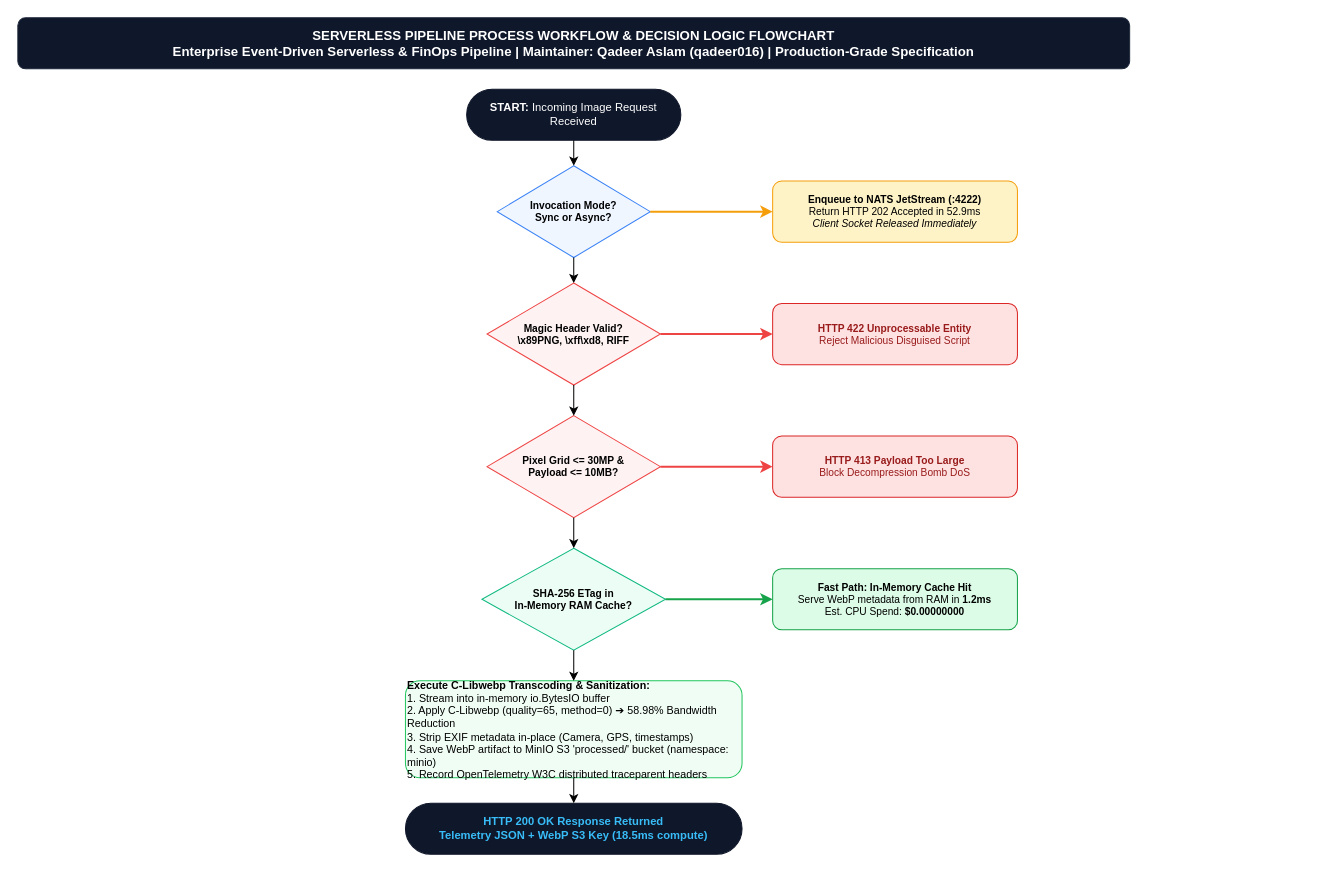
Before: page "4. Process Flow & Decision Workflow" (4 of 6) of architecture_diagrams/all.drawio in qadeeraay/serverless-cost-pipeline, a draw.io diagram. Source tidied: cells renumbered, new cells numbered last; positions are measured from the earlier drawing's top-left corner, leaving out a move shared by most shapes. Both pictures are drawn from the tidied source at 102%, with x=0, y=0 at pixel (17, 17).
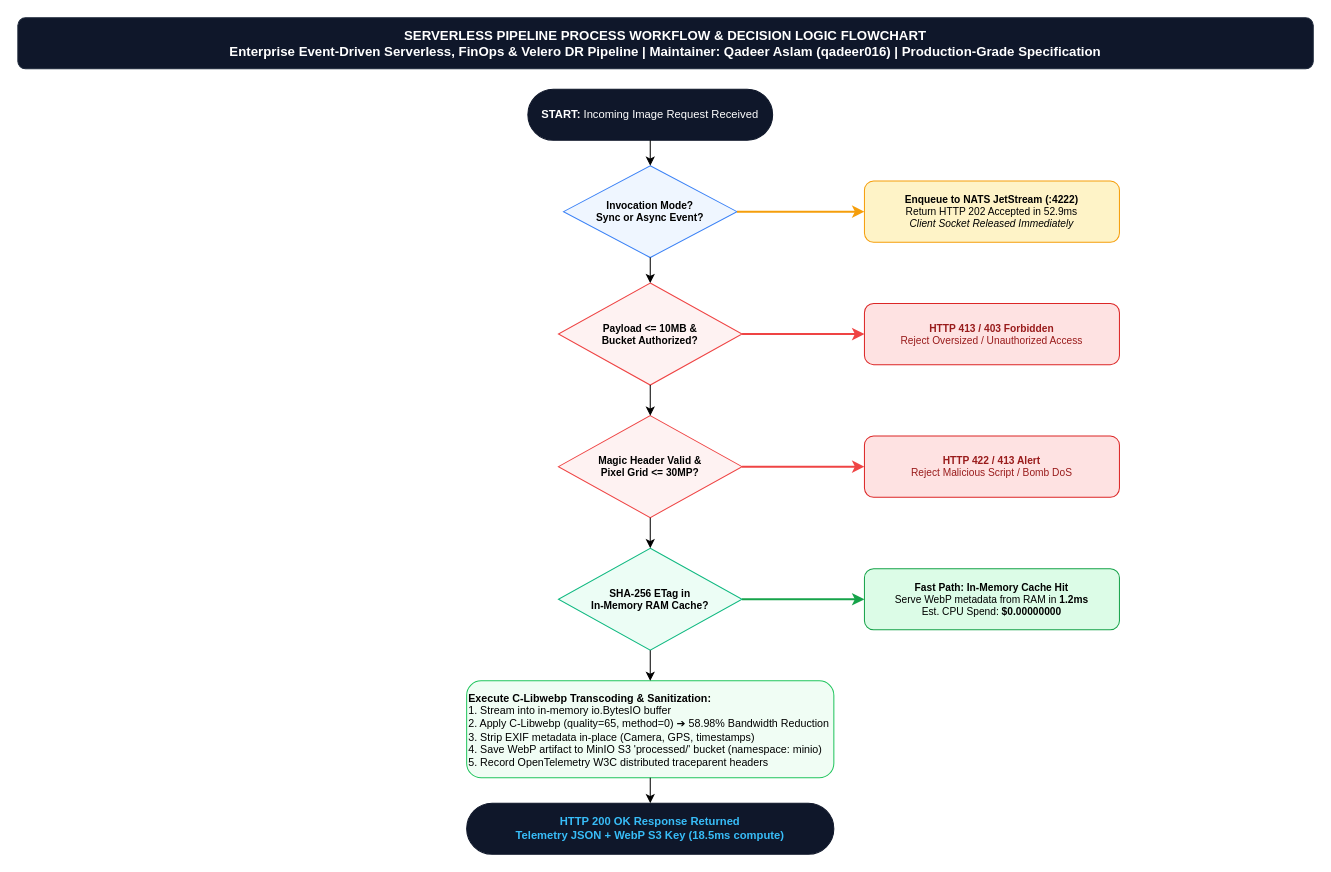
The same page after the edit.

Commit message (it also covers changes not shown here):
feat: update system architecture diagrams and documentation to include disaster recovery and Velero integration details

Diff of the diagram source:
```diff
@@
-    <mxCell id="2" value="SERVERLESS PIPELINE PROCESS WORKFLOW &amp; DECISION LOGIC FLOWCHART&#10;Enterprise Event-Driven Serverless &amp; FinOps Pipeline | Maintainer: Qadeer Aslam (qadeer016) | Production-Grade Specification" style="rounded=1;whiteSpace=wrap;html=1;fillColor=#0f172a;strokeColor=#1e293b;fontColor=#ffffff;fontSize=13;fontStyle=1;align=center;" parent="1" vertex="1">
-      <mxGeometry width="1090" height="50" as="geometry" />
+    <mxCell id="2" value="SERVERLESS PIPELINE PROCESS WORKFLOW &amp; DECISION LOGIC FLOWCHART&#10;Enterprise Event-Driven Serverless, FinOps &amp; Velero DR Pipeline | Maintainer: Qadeer Aslam (qadeer016) | Production-Grade Specification" style="rounded=1;whiteSpace=wrap;html=1;fillColor=#0f172a;strokeColor=#1e293b;fontColor=#ffffff;fontSize=13;fontStyle=1;align=center;" parent="1" vertex="1">
+      <mxGeometry width="1270" height="50" as="geometry" />
     </mxCell>
     <mxCell id="3" value="&lt;b&gt;START:&lt;/b&gt; Incoming Image Request Received" style="rounded=1;whiteSpace=wrap;html=1;arcSize=50;fillColor=#0f172a;strokeColor=#0f172a;fontColor=#ffffff;fontSize=11;" parent="1" vertex="1">
-      <mxGeometry x="440" y="70" width="210" height="50" as="geometry" />
+      <mxGeometry x="500" y="70" width="240" height="50" as="geometry" />
     </mxCell>
-    <mxCell id="4" value="&lt;b&gt;Invocation Mode?&lt;/b&gt;&lt;br&gt;Sync or Async?" style="rhombus;whiteSpace=wrap;html=1;fillColor=#eff6ff;strokeColor=#3b82f6;fontSize=10;fontStyle=1;" parent="1" vertex="1">
-      <mxGeometry x="470" y="145" width="150" height="90" as="geometry" />
+    <mxCell id="4" value="&lt;b&gt;Invocation Mode?&lt;/b&gt;&lt;br&gt;Sync or Async Event?" style="rhombus;whiteSpace=wrap;html=1;fillColor=#eff6ff;strokeColor=#3b82f6;fontSize=10;fontStyle=1;" parent="1" vertex="1">
+      <mxGeometry x="535" y="145" width="170" height="90" as="geometry" />
     </mxCell>
     <mxCell id="5" value="&lt;b&gt;Enqueue to NATS JetStream (:4222)&lt;/b&gt;&lt;br&gt;Return HTTP 202 Accepted in 52.9ms&lt;br&gt;&lt;i&gt;Client Socket Released Immediately&lt;/i&gt;" style="rounded=1;whiteSpace=wrap;html=1;fillColor=#fef3c7;strokeColor=#f59e0b;fontSize=10;" parent="1" vertex="1">
-      <mxGeometry x="740" y="160" width="240" height="60" as="geometry" />
+      <mxGeometry x="830" y="160" width="250" height="60" as="geometry" />
     </mxCell>
-    <mxCell id="6" value="&lt;b&gt;Magic Header Valid?&lt;/b&gt;&lt;br&gt;\x89PNG, \xff\xd8, RIFF" style="rhombus;whiteSpace=wrap;html=1;fillColor=#fef2f2;strokeColor=#ef4444;fontSize=10;fontStyle=1;" parent="1" vertex="1">
-      <mxGeometry x="460" y="260" width="170" height="100" as="geometry" />
+    <mxCell id="6" value="&lt;b&gt;Payload &lt;= 10MB &amp;&lt;br&gt;Bucket Authorized?&lt;/b&gt;" style="rhombus;whiteSpace=wrap;html=1;fillColor=#fef2f2;strokeColor=#ef4444;fontSize=10;fontStyle=1;" parent="1" vertex="1">
+      <mxGeometry x="530" y="260" width="180" height="100" as="geometry" />
     </mxCell>
+    <mxCell id="24" value="&lt;b&gt;HTTP 413 / 403 Forbidden&lt;/b&gt;&lt;br&gt;Reject Oversized / Unauthorized Access" style="rounded=1;whiteSpace=wrap;html=1;fillColor=#fee2e2;strokeColor=#dc2626;fontColor=#991b1b;fontSize=10;" parent="1" vertex="1">
+      <mxGeometry x="830" y="280" width="250" height="60" as="geometry" />
+    </mxCell>
+    <mxCell id="8" value="&lt;b&gt;Magic Header Valid &amp;&lt;br&gt;Pixel Grid &lt;= 30MP?&lt;/b&gt;" style="rhombus;whiteSpace=wrap;html=1;fillColor=#fef2f2;strokeColor=#ef4444;fontSize=10;fontStyle=1;" parent="1" vertex="1">
+      <mxGeometry x="530" y="390" width="180" height="100" as="geometry" />
+    </mxCell>
-    <mxCell id="7" value="&lt;b&gt;HTTP 422 Unprocessable Entity&lt;/b&gt;&lt;br&gt;Reject Malicious Disguised Script" style="rounded=1;whiteSpace=wrap;html=1;fillColor=#fee2e2;strokeColor=#dc2626;fontColor=#991b1b;fontSize=10;" parent="1" vertex="1">
-      <mxGeometry x="740" y="280" width="240" height="60" as="geometry" />
+    <mxCell id="7" value="&lt;b&gt;HTTP 422 / 413 Alert&lt;/b&gt;&lt;br&gt;Reject Malicious Script / Bomb DoS" style="rounded=1;whiteSpace=wrap;html=1;fillColor=#fee2e2;strokeColor=#dc2626;fontColor=#991b1b;fontSize=10;" parent="1" vertex="1">
+      <mxGeometry x="830" y="410" width="250" height="60" as="geometry" />
     </mxCell>
-    <mxCell id="8" value="&lt;b&gt;Pixel Grid &lt;= 30MP &amp;&lt;br&gt;Payload &lt;= 10MB?&lt;/b&gt;" style="rhombus;whiteSpace=wrap;html=1;fillColor=#fef2f2;strokeColor=#ef4444;fontSize=10;fontStyle=1;" parent="1" vertex="1">
-      <mxGeometry x="460" y="390" width="170" height="100" as="geometry" />
-    </mxCell>
-    <mxCell id="9" value="&lt;b&gt;HTTP 413 Payload Too Large&lt;/b&gt;&lt;br&gt;Block Decompression Bomb DoS" style="rounded=1;whiteSpace=wrap;html=1;fillColor=#fee2e2;strokeColor=#dc2626;fontColor=#991b1b;fontSize=10;" parent="1" vertex="1">
-      <mxGeometry x="740" y="410" width="240" height="60" as="geometry" />
-    </mxCell>
     <mxCell id="10" value="&lt;b&gt;SHA-256 ETag in&lt;br&gt;In-Memory RAM Cache?&lt;/b&gt;" style="rhombus;whiteSpace=wrap;html=1;fillColor=#ecfdf5;strokeColor=#10b981;fontSize=10;fontStyle=1;" parent="1" vertex="1">
-      <mxGeometry x="455" y="520" width="180" height="100" as="geometry" />
+      <mxGeometry x="530" y="520" width="180" height="100" as="geometry" />
     </mxCell>
     <mxCell id="11" value="&lt;b&gt;Fast Path: In-Memory Cache Hit&lt;/b&gt;&lt;br&gt;Serve WebP metadata from RAM in &lt;b&gt;1.2ms&lt;/b&gt;&lt;br&gt;Est. CPU Spend: &lt;b&gt;$0.00000000&lt;/b&gt;" style="rounded=1;whiteSpace=wrap;html=1;fillColor=#dcfce7;strokeColor=#16a34a;fontSize=10;" parent="1" vertex="1">
-      <mxGeometry x="740" y="540" width="240" height="60" as="geometry" />
+      <mxGeometry x="830" y="540" width="250" height="60" as="geometry" />
     </mxCell>
     <mxCell id="12" value="&lt;b&gt;Execute C-Libwebp Transcoding &amp; Sanitization:&lt;/b&gt;&lt;br&gt;1. Stream into in-memory io.BytesIO buffer&lt;br&gt;2. Apply C-Libwebp (quality=65, method=0) ➔ 58.98% Bandwidth Reduction&lt;br&gt;3. Strip EXIF metadata in-place (Camera, GPS, timestamps)&lt;br&gt;4. Save WebP artifact to MinIO S3 'processed/' bucket (namespace: minio)&lt;br&gt;5. Record OpenTelemetry W3C distributed traceparent headers" style="rounded=1;whiteSpace=wrap;html=1;fillColor=#f0fdf4;strokeColor=#22c55e;fontSize=10.5;align=left;" parent="1" vertex="1">
-      <mxGeometry x="380" y="650" width="330" height="95" as="geometry" />
+      <mxGeometry x="440" y="650" width="360" height="95" as="geometry" />
     </mxCell>
     <mxCell id="13" value="&lt;b&gt;HTTP 200 OK Response Returned&lt;/b&gt;&lt;br&gt;Telemetry JSON + WebP S3 Key (18.5ms compute)" style="rounded=1;whiteSpace=wrap;html=1;arcSize=50;fillColor=#0f172a;strokeColor=#0f172a;fontColor=#38bdf8;fontSize=11;fontStyle=1;" parent="1" vertex="1">
-      <mxGeometry x="380" y="770" width="330" height="50" as="geometry" />
+      <mxGeometry x="440" y="770" width="360" height="50" as="geometry" />
     </mxCell>
@@
-    <mxCell id="17" style="edgeStyle=orthogonalEdgeStyle;rounded=0;jettySize=auto;html=1;strokeColor=#ef4444;strokeWidth=2;" parent="1" edge="1" source="6" target="7">
+    <mxCell id="17" style="edgeStyle=orthogonalEdgeStyle;rounded=0;jettySize=auto;html=1;strokeColor=#ef4444;strokeWidth=2;" parent="1" edge="1" source="6" target="24">
       <mxGeometry relative="1" as="geometry" />
     </mxCell>
@@
-    <mxCell id="19" style="edgeStyle=orthogonalEdgeStyle;rounded=0;jettySize=auto;html=1;strokeColor=#ef4444;strokeWidth=2;" parent="1" edge="1" source="8" target="9">
+    <mxCell id="19" style="edgeStyle=orthogonalEdgeStyle;rounded=0;jettySize=auto;html=1;strokeColor=#ef4444;strokeWidth=2;" parent="1" edge="1" source="8" target="7">
       <mxGeometry relative="1" as="geometry" />
     </mxCell>
```
